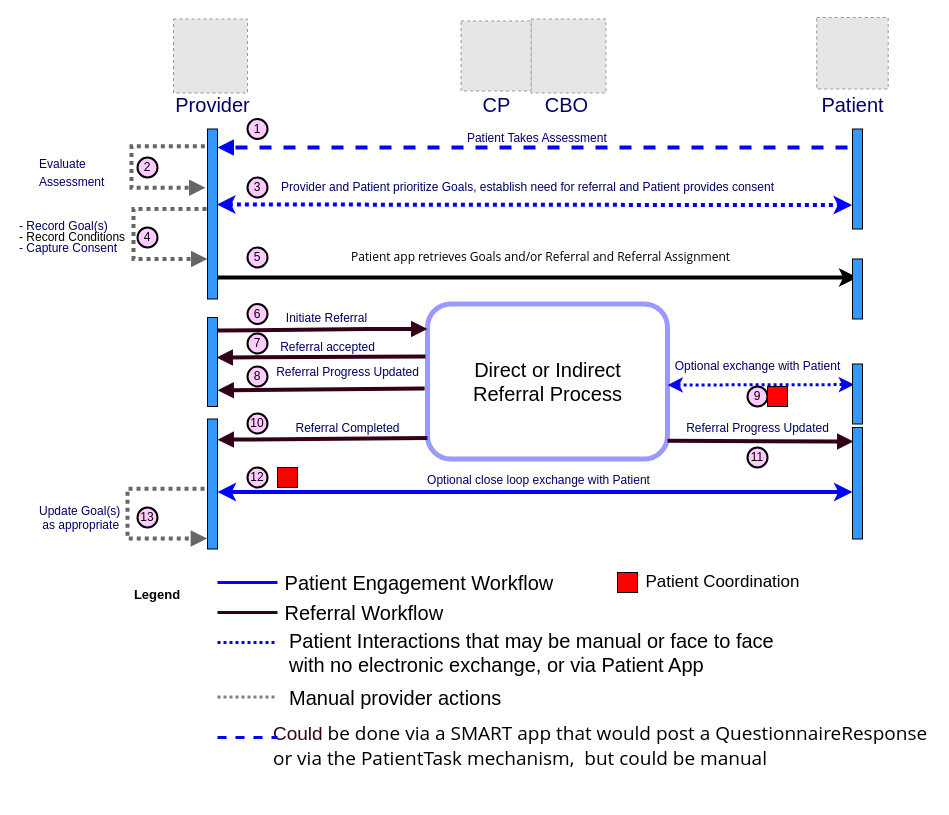
This is page "main" (1 of 3) of Images Source/HighLevelReferralContext.drawio from HL7/fhir-sdoh-clinicalcare, a draw.io file, before an edit. Source tidied: cells renumbered, new cells numbered last; positions are measured from the earlier drawing's top-left corner, leaving out a move shared by most shapes. Both pictures are drawn from the tidied source at 100%, with x=0, y=0 at pixel (17, 17). Pictures stored in the file or linked from it are replaced by grey dashed boxes.
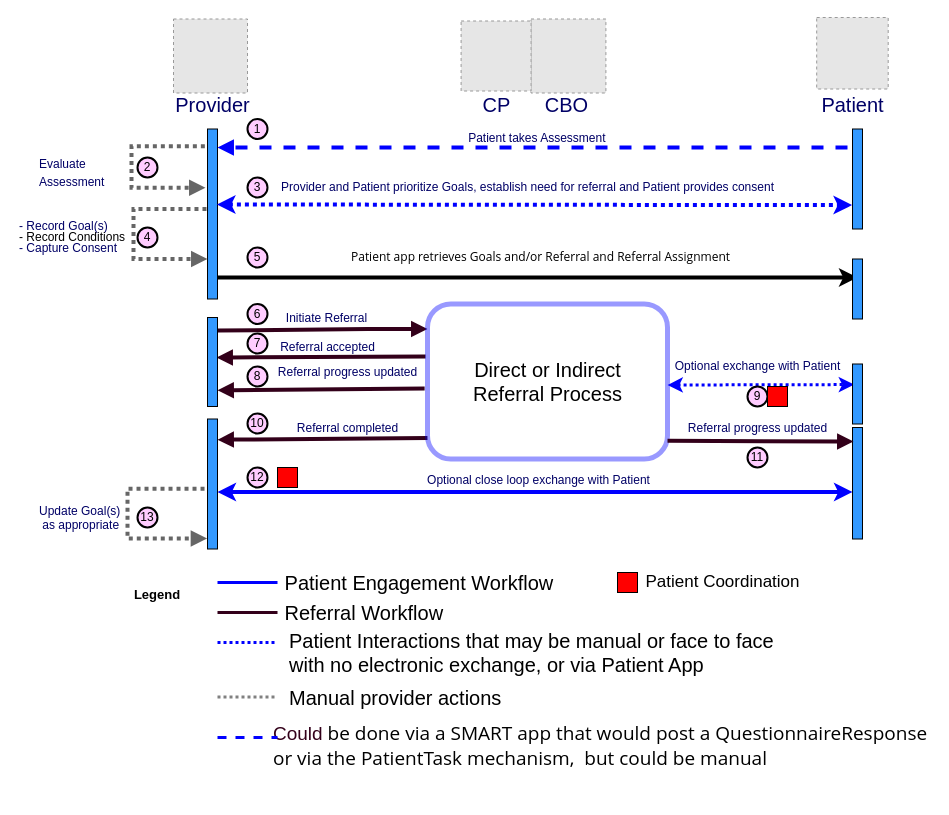
The same diagram, later.

Unchanged cells that the change refers to:
```xml
<mxCell id="3" style="html=1;points=[];perimeter=orthogonalPerimeter;fillColor=#3399FF;fontColor=#000066;" parent="1" vertex="1">
  <mxGeometry x="190" y="111.5" width="10" height="170" as="geometry" />
</mxCell>
<mxCell id="18" style="html=1;points=[];perimeter=orthogonalPerimeter;fillColor=#3399FF;fontColor=#000066;" parent="1" vertex="1">
  <mxGeometry x="835" y="410" width="10" height="111.5" as="geometry" />
</mxCell>
<mxCell id="31" style="rounded=1;whiteSpace=wrap;html=1;labelBackgroundColor=none;strokeColor=#0000FF;strokeWidth=5;fillColor=#FFFFFF;opacity=40;" parent="1" vertex="1">
  <mxGeometry x="410" y="286.5" width="240" height="155" as="geometry" />
</mxCell>
```

Diff of the diagram source:
```diff
@@
-    <mxCell id="4" value="&lt;span style=&quot;font-size: 12px&quot;&gt;Patient Takes Assessment&amp;nbsp;&lt;/span&gt;&lt;span style=&quot;font-size: 12px&quot;&gt;&lt;br style=&quot;font-size: 12px;&quot;&gt;&lt;/span&gt;" style="html=1;verticalAlign=bottom;endArrow=block;strokeColor=#0000FF;fontColor=#000066;entryX=1;entryY=0.109;entryDx=0;entryDy=0;entryPerimeter=0;fontSize=12;strokeWidth=4;dashed=1;" parent="1" edge="1" target="3">
+    <mxCell id="4" value="&lt;span style=&quot;font-size: 12px&quot;&gt;Patient takes Assessment&amp;nbsp;&lt;/span&gt;&lt;span style=&quot;font-size: 12px&quot;&gt;&lt;br style=&quot;font-size: 12px;&quot;&gt;&lt;/span&gt;" style="html=1;verticalAlign=bottom;endArrow=block;strokeColor=#0000FF;fontColor=#000066;entryX=1;entryY=0.109;entryDx=0;entryDy=0;entryPerimeter=0;fontSize=12;strokeWidth=4;dashed=1;" parent="1" edge="1" target="3">
       <mxGeometry x="-0.02" relative="1" as="geometry">
         <mxPoint x="830" y="130" as="sourcePoint" />
       </mxGeometry>
     </mxCell>
@@
-    <mxCell id="30" value="Referral Completed" style="html=1;verticalAlign=bottom;endArrow=block;strokeColor=#33001A;fontColor=#000066;entryX=1.335;entryY=0.724;entryDx=0;entryDy=0;entryPerimeter=0;fontSize=12;strokeWidth=4;exitX=0;exitY=0.865;exitDx=0;exitDy=0;exitPerimeter=0;" parent="1" edge="1" source="31">
+    <mxCell id="30" value="Referral completed" style="html=1;verticalAlign=bottom;endArrow=block;strokeColor=#33001A;fontColor=#000066;entryX=1.335;entryY=0.724;entryDx=0;entryDy=0;entryPerimeter=0;fontSize=12;strokeWidth=4;exitX=0;exitY=0.865;exitDx=0;exitDy=0;exitPerimeter=0;" parent="1" edge="1" source="31">
       <mxGeometry x="-0.24" y="-1" relative="1" as="geometry">
         <mxPoint x="200" y="422.2" as="targetPoint" />
       </mxGeometry>
     </mxCell>
@@
-    <mxCell id="42" value="&lt;span style=&quot;font-size: 12px&quot;&gt;Referral Progress Updated&lt;/span&gt;" style="html=1;verticalAlign=bottom;endArrow=block;strokeColor=#33001A;fontColor=#000066;entryX=1.335;entryY=0.724;entryDx=0;entryDy=0;entryPerimeter=0;fontSize=12;strokeWidth=4;exitX=-0.012;exitY=0.545;exitDx=0;exitDy=0;exitPerimeter=0;" parent="1" edge="1" source="31">
+    <mxCell id="42" value="&lt;span style=&quot;font-size: 12px&quot;&gt;Referral progress updated&lt;/span&gt;" style="html=1;verticalAlign=bottom;endArrow=block;strokeColor=#33001A;fontColor=#000066;entryX=1.335;entryY=0.724;entryDx=0;entryDy=0;entryPerimeter=0;fontSize=12;strokeWidth=4;exitX=-0.012;exitY=0.545;exitDx=0;exitDy=0;exitPerimeter=0;" parent="1" edge="1" source="31">
       <mxGeometry x="-0.26" y="-8" relative="1" as="geometry">
         <mxPoint x="200" y="372.8" as="targetPoint" />
       </mxGeometry>
     </mxCell>
-    <mxCell id="43" value="&lt;span style=&quot;font-size: 12px&quot;&gt;Referral Progress Updated&lt;/span&gt;" style="html=1;verticalAlign=bottom;endArrow=block;strokeColor=#33001A;fontColor=#000066;entryX=0.1;entryY=0.126;entryDx=0;entryDy=0;entryPerimeter=0;fontSize=12;strokeWidth=4;exitX=0.1;exitY=0.126;exitDx=0;exitDy=0;exitPerimeter=0;" parent="1" edge="1" target="18">
+    <mxCell id="43" value="&lt;span style=&quot;font-size: 12px&quot;&gt;Referral progress updated&lt;/span&gt;" style="html=1;verticalAlign=bottom;endArrow=block;strokeColor=#33001A;fontColor=#000066;entryX=0.1;entryY=0.126;entryDx=0;entryDy=0;entryPerimeter=0;fontSize=12;strokeWidth=4;exitX=0.1;exitY=0.126;exitDx=0;exitDy=0;exitPerimeter=0;" parent="1" edge="1" target="18">
       <mxGeometry x="-0.03" y="4" relative="1" as="geometry">
         <mxPoint x="650" y="423.3" as="sourcePoint" />
       </mxGeometry>
     </mxCell>
```
